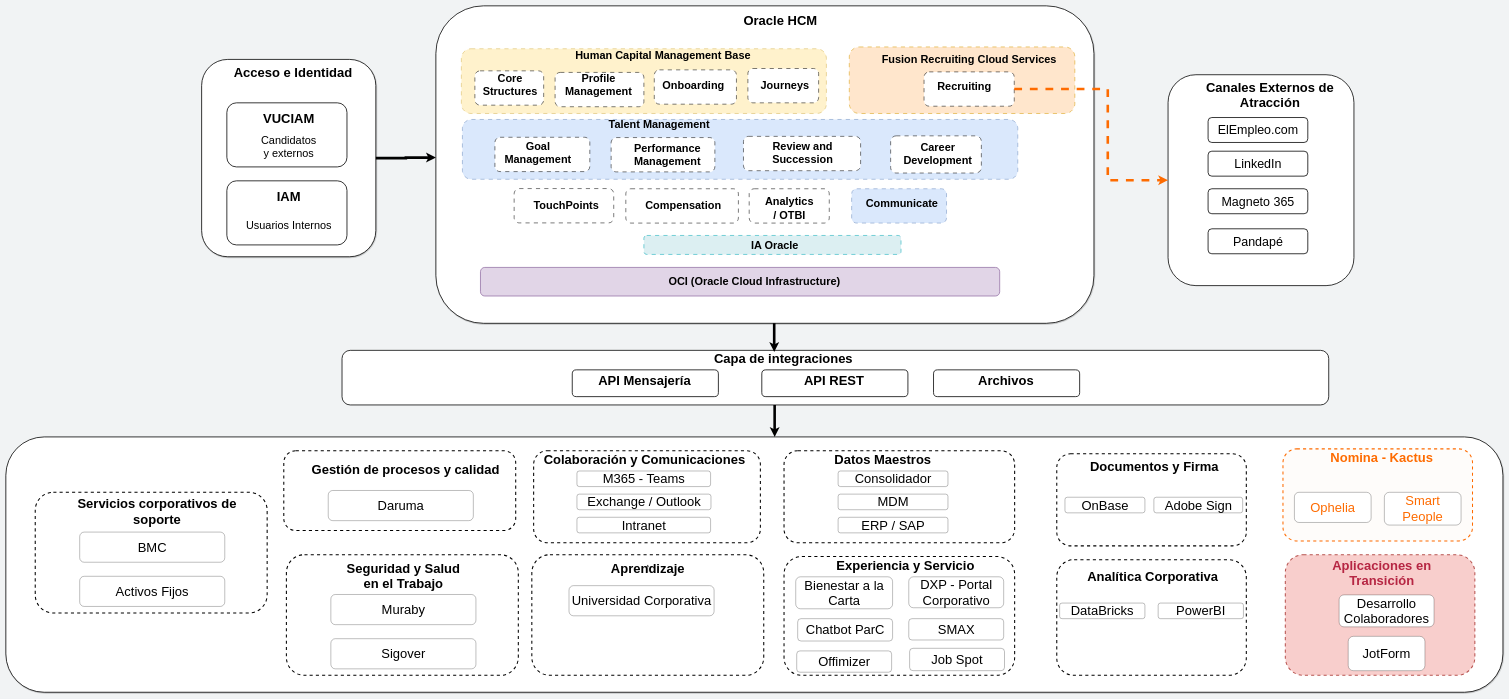
Above: page "Page-2" (2 of 2) of HCM.drawio in carlosvalderrama1204/diagrams (draw.io), before the change. Source tidied: cells renumbered, new cells numbered last; positions are measured from the earlier drawing's top-left corner, leaving out a move shared by most shapes. Both pictures are drawn from the tidied source at 26%, with x=0, y=0 at pixel (6, 6).
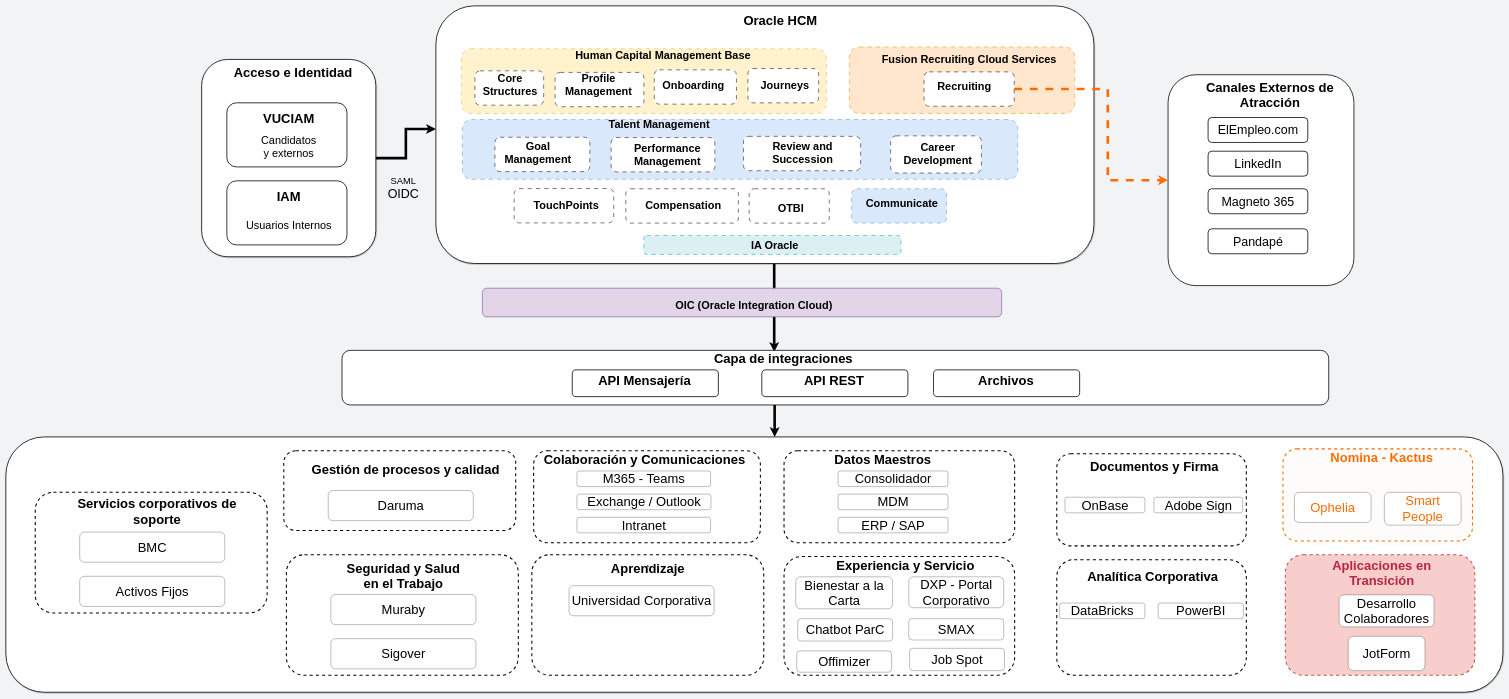
Above is the later version.

Unchanged cells that the change refers to:
```xml
<mxCell id="17" style="rounded=1;whiteSpace=wrap;html=1;fontSize=50;strokeWidth=3;" parent="1" vertex="1">
  <mxGeometry x="1293" y="1325" width="3795" height="210" as="geometry" />
</mxCell>
```

Diff of the diagram source:
```diff
@@
+    <mxCell id="91" style="edgeStyle=orthogonalEdgeStyle;rounded=0;jettySize=auto;html=1;entryX=0.438;entryY=0.029;entryDx=0;entryDy=0;entryPerimeter=0;strokeWidth=10;" parent="1" edge="1" source="2" target="17">
+      <mxGeometry relative="1" as="geometry">
+        <Array as="points">
+          <mxPoint x="2955.2" y="1246.4" />
+          <mxPoint x="2955.2" y="1246.4" />
+        </Array>
+      </mxGeometry>
+    </mxCell>
     <mxCell id="2" style="rounded=1;whiteSpace=wrap;html=1;gradientColor=none;shadow=1;glass=0;fontSize=50;strokeWidth=3;" parent="1" vertex="1">
-      <mxGeometry x="1654" width="2531" height="1221" as="geometry" />
+      <mxGeometry x="1654" width="2531" height="991" as="geometry" />
     </mxCell>
@@
     <mxCell id="20" style="rounded=1;whiteSpace=wrap;html=1;fillColor=#e1d5e7;strokeColor=#9673a6;fontSize=42;strokeWidth=3;" parent="1" vertex="1">
-      <mxGeometry x="1825.5" y="1006" width="1997" height="110" as="geometry" />
+      <mxGeometry x="1833" y="1086" width="1997" height="110" as="geometry" />
     </mxCell>
-    <mxCell id="21" value="OCI (Oracle Cloud Infrastructure)" style="text;html=1;whiteSpace=wrap;strokeColor=none;fillColor=none;align=center;verticalAlign=middle;rounded=0;fontStyle=1;fontSize=42;strokeWidth=3;" parent="1" vertex="1">
-      <mxGeometry x="2420" y="1046" width="918" height="30" as="geometry" />
+    <mxCell id="21" value="OIC (Oracle Integration Cloud)" style="text;html=1;whiteSpace=wrap;strokeColor=none;fillColor=none;align=center;verticalAlign=middle;rounded=0;fontStyle=1;fontSize=42;strokeWidth=3;" parent="1" vertex="1">
+      <mxGeometry x="2417.5" y="1139" width="918" height="30" as="geometry" />
     </mxCell>
@@
-    <mxCell id="47" value="Analytics / OTBI" style="text;html=1;whiteSpace=wrap;strokeColor=none;fillColor=none;align=center;verticalAlign=middle;rounded=0;fontStyle=1;fontSize=42;strokeWidth=2;" parent="1" vertex="1">
+    <mxCell id="47" value="&amp;nbsp;OTBI" style="text;html=1;whiteSpace=wrap;strokeColor=none;fillColor=none;align=center;verticalAlign=middle;rounded=0;fontStyle=1;fontSize=42;strokeWidth=2;" parent="1" vertex="1">
       <mxGeometry x="2954.5" y="764" width="117" height="30" as="geometry" />
     </mxCell>
@@
-    <mxCell id="91" style="edgeStyle=orthogonalEdgeStyle;rounded=0;jettySize=auto;html=1;entryX=0.438;entryY=0.029;entryDx=0;entryDy=0;entryPerimeter=0;strokeWidth=10;" parent="1" edge="1" source="2" target="17">
-      <mxGeometry relative="1" as="geometry">
-        <Array as="points">
-          <mxPoint x="2955.2" y="1246.4" />
-          <mxPoint x="2955.2" y="1246.4" />
-        </Array>
-      </mxGeometry>
-    </mxCell>
@@
+    <mxCell id="116" value="&lt;font style=&quot;font-size: 36px;&quot;&gt;SAML&lt;/font&gt;&lt;div&gt;&lt;font style=&quot;font-size: 48px;&quot;&gt;OIDC&lt;/font&gt;&lt;/div&gt;" style="text;html=1;whiteSpace=wrap;strokeColor=none;fillColor=none;align=center;verticalAlign=middle;rounded=0;" parent="1" vertex="1">
+      <mxGeometry x="1499" y="687.5" width="60" height="30" as="geometry" />
+    </mxCell>
```
